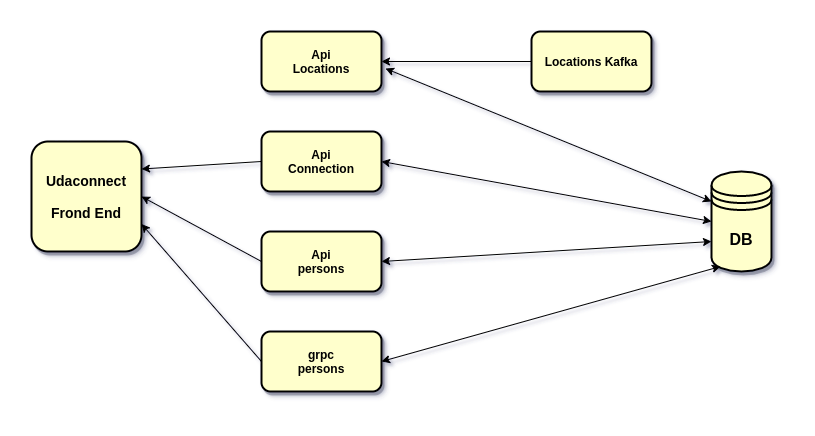
Earlier version of the draw.io export docs/architecture_design.png (Barhome/udaconnect). Source tidied: cells renumbered, new cells last; positions are measured from the earlier drawing's top-left corner, leaving out a move shared by most shapes.
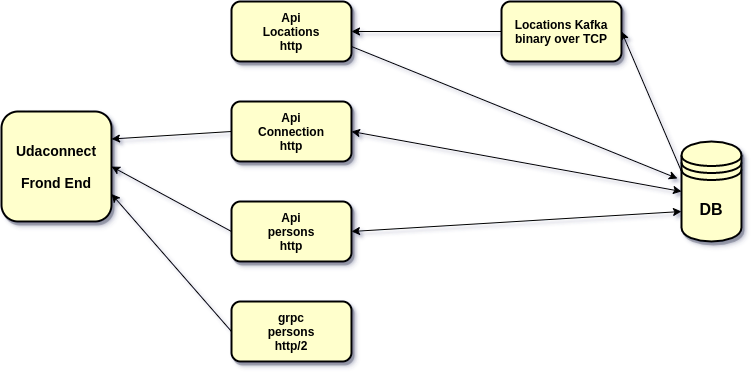
After the commit.

Diff of the diagram source:
```diff
@@ -5,22 +5,22 @@
     <mxCell id="2" value="&lt;font style=&quot;font-size: 14px&quot;&gt;&lt;b&gt;Udaconnect&lt;br&gt;&lt;br&gt;Frond End&lt;/b&gt;&lt;/font&gt;" style="whiteSpace=wrap;html=1;strokeWidth=2;fillColor=#FFFFCC;rounded=1;sketch=0;glass=0;shadow=1;" parent="1" vertex="1">
       <mxGeometry y="110" width="110" height="110" as="geometry" />
     </mxCell>
-    <mxCell id="3" value="&lt;b&gt;Api&lt;/b&gt;&lt;br&gt;&lt;b&gt;Locations&lt;/b&gt;" style="rounded=1;whiteSpace=wrap;html=1;shadow=1;glass=0;sketch=0;strokeWidth=2;fillColor=#FFFFCC;" parent="1" vertex="1">
+    <mxCell id="3" value="&lt;b&gt;Api&lt;/b&gt;&lt;br&gt;&lt;b&gt;Locations&lt;br&gt;http&lt;br&gt;&lt;/b&gt;" style="rounded=1;whiteSpace=wrap;html=1;shadow=1;glass=0;sketch=0;strokeWidth=2;fillColor=#FFFFCC;" parent="1" vertex="1">
       <mxGeometry x="230" width="120" height="60" as="geometry" />
     </mxCell>
-    <mxCell id="4" value="&lt;b&gt;Api&lt;br&gt;Connection&lt;/b&gt;" style="rounded=1;whiteSpace=wrap;html=1;shadow=1;glass=0;sketch=0;strokeWidth=2;fillColor=#FFFFCC;" parent="1" vertex="1">
+    <mxCell id="4" value="&lt;b&gt;Api&lt;br&gt;Connection&lt;br&gt;http&lt;br&gt;&lt;/b&gt;" style="rounded=1;whiteSpace=wrap;html=1;shadow=1;glass=0;sketch=0;strokeWidth=2;fillColor=#FFFFCC;" parent="1" vertex="1">
       <mxGeometry x="230" y="100" width="120" height="60" as="geometry" />
     </mxCell>
-    <mxCell id="5" value="&lt;b&gt;Api&lt;br&gt;persons&lt;/b&gt;" style="rounded=1;whiteSpace=wrap;html=1;shadow=1;glass=0;sketch=0;strokeWidth=2;fillColor=#FFFFCC;" parent="1" vertex="1">
+    <mxCell id="5" value="&lt;b&gt;Api&lt;br&gt;persons&lt;br&gt;http&lt;br&gt;&lt;/b&gt;" style="rounded=1;whiteSpace=wrap;html=1;shadow=1;glass=0;sketch=0;strokeWidth=2;fillColor=#FFFFCC;" parent="1" vertex="1">
       <mxGeometry x="230" y="200" width="120" height="60" as="geometry" />
     </mxCell>
-    <mxCell id="6" value="&lt;b&gt;grpc&lt;br&gt;persons&lt;/b&gt;" style="rounded=1;whiteSpace=wrap;html=1;shadow=1;glass=0;sketch=0;strokeWidth=2;fillColor=#FFFFCC;" parent="1" vertex="1">
+    <mxCell id="6" value="&lt;b&gt;grpc&lt;br&gt;persons&lt;br&gt;http/2&lt;br&gt;&lt;/b&gt;" style="rounded=1;whiteSpace=wrap;html=1;shadow=1;glass=0;sketch=0;strokeWidth=2;fillColor=#FFFFCC;" parent="1" vertex="1">
       <mxGeometry x="230" y="300" width="120" height="60" as="geometry" />
     </mxCell>
     <mxCell id="7" value="&lt;b&gt;&lt;font style=&quot;font-size: 16px&quot;&gt;DB&lt;/font&gt;&lt;/b&gt;" style="shape=datastore;whiteSpace=wrap;html=1;rounded=1;shadow=1;glass=0;sketch=0;strokeWidth=2;fillColor=#FFFFCC;" parent="1" vertex="1">
       <mxGeometry x="680" y="140" width="60" height="100" as="geometry" />
     </mxCell>
-    <mxCell id="8" value="&lt;b&gt;Locations Kafka&lt;/b&gt;" style="rounded=1;whiteSpace=wrap;html=1;shadow=1;glass=0;sketch=0;strokeWidth=2;fillColor=#FFFFCC;" parent="1" vertex="1">
+    <mxCell id="8" value="&lt;b&gt;Locations Kafka&lt;br&gt;binary over TCP&lt;br&gt;&lt;/b&gt;" style="rounded=1;whiteSpace=wrap;html=1;shadow=1;glass=0;sketch=0;strokeWidth=2;fillColor=#FFFFCC;" parent="1" vertex="1">
       <mxGeometry x="500" width="120" height="60" as="geometry" />
     </mxCell>
     <mxCell id="9" style="endArrow=classic;html=1;exitX=0;exitY=0.5;exitDx=0;exitDy=0;entryX=1;entryY=0.25;entryDx=0;entryDy=0;" parent="1" edge="1" source="4" target="2">
@@ -32,9 +32,6 @@
     <mxCell id="11" style="endArrow=classic;html=1;exitX=0;exitY=0.5;exitDx=0;exitDy=0;entryX=1;entryY=0.75;entryDx=0;entryDy=0;" parent="1" edge="1" source="6" target="2">
       <mxGeometry relative="1" as="geometry" />
     </mxCell>
-    <mxCell id="12" style="endArrow=classic;startArrow=classic;html=1;entryX=0;entryY=0.3;entryDx=0;entryDy=0;exitX=1.033;exitY=0.617;exitDx=0;exitDy=0;exitPerimeter=0;" parent="1" edge="1" source="3" target="7">
-      <mxGeometry relative="1" as="geometry" />
-    </mxCell>
     <mxCell id="13" style="endArrow=classic;startArrow=classic;html=1;exitX=1;exitY=0.5;exitDx=0;exitDy=0;entryX=0;entryY=0.5;entryDx=0;entryDy=0;" parent="1" edge="1" source="4" target="7">
       <mxGeometry relative="1" as="geometry" />
     </mxCell>
@@ -44,8 +41,11 @@
     <mxCell id="15" style="endArrow=classic;html=1;rounded=0;entryX=1;entryY=0.5;entryDx=0;entryDy=0;exitX=0;exitY=0.5;exitDx=0;exitDy=0;" parent="1" edge="1" source="8" target="3">
       <mxGeometry relative="1" as="geometry" />
     </mxCell>
-    <mxCell id="16" style="endArrow=classic;startArrow=classic;html=1;rounded=0;exitX=1;exitY=0.5;exitDx=0;exitDy=0;entryX=0.15;entryY=0.95;entryDx=0;entryDy=0;entryPerimeter=0;" parent="1" edge="1" source="6" target="7">
-      <mxGeometry relative="1" as="geometry" />
-    </mxCell>
+    <mxCell id="17" style="endArrow=classic;html=1;rounded=0;entryX=1;entryY=0.5;entryDx=0;entryDy=0;exitX=0;exitY=0.3;exitDx=0;exitDy=0;" parent="1" edge="1" source="7" target="8">
+      <mxGeometry relative="1" as="geometry" />
+    </mxCell>
+    <mxCell id="12" style="endArrow=classic;html=1;rounded=0;entryX=-0.067;entryY=0.37;entryDx=0;entryDy=0;entryPerimeter=0;exitX=1;exitY=0.75;exitDx=0;exitDy=0;" parent="1" edge="1" source="3" target="7">
+      <mxGeometry relative="1" as="geometry" />
+    </mxCell>
   </root>
 </mxGraphModel>
```
